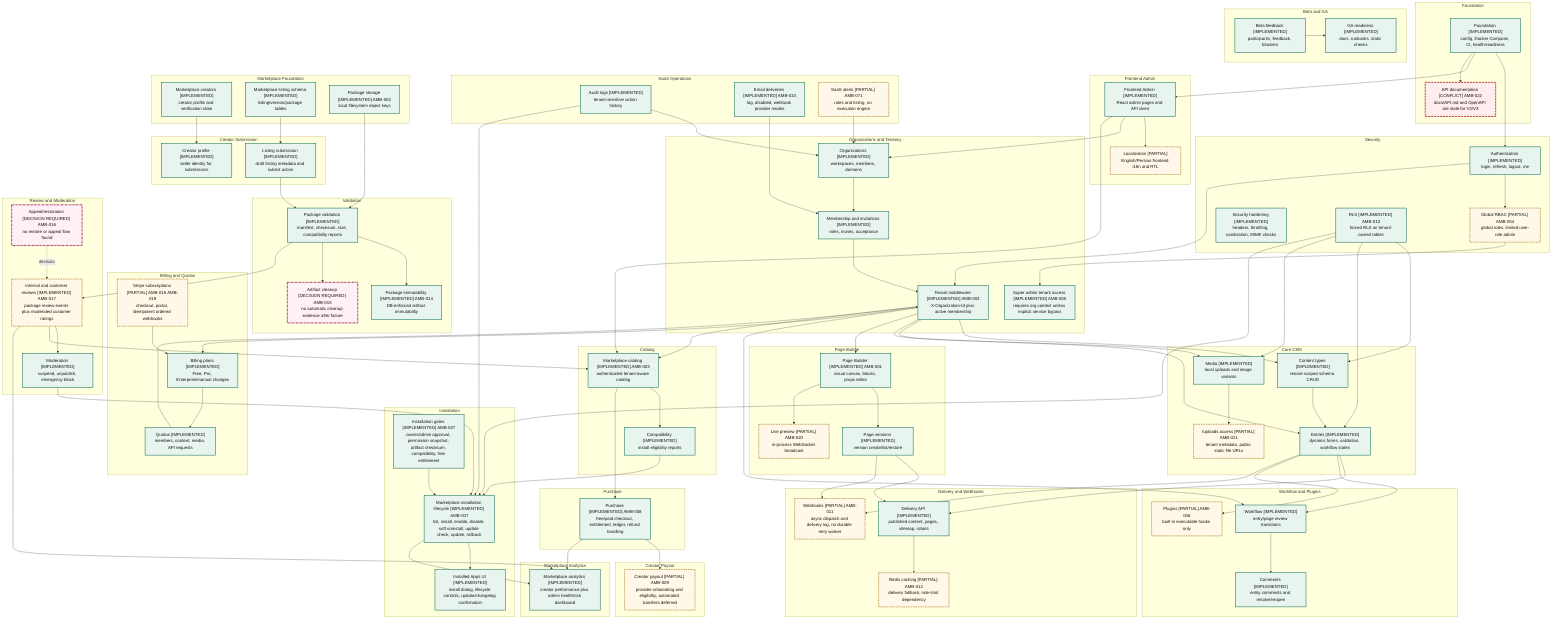
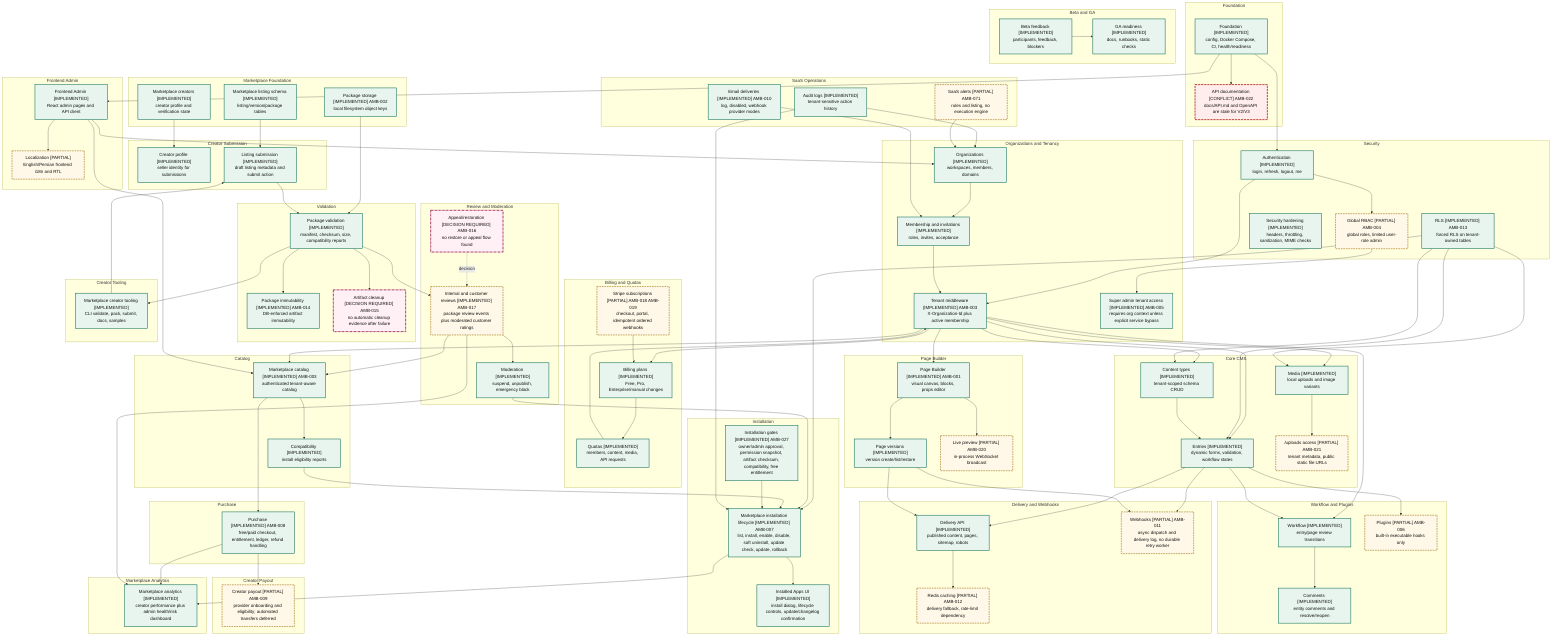
%% Evidence: docs/diagrams/REPOSITORY_INVENTORY.md
%% Evidence: docs/diagrams/ARCHITECTURE_AUDIT.md
%% Evidence: docs/diagrams/AMBIGUITIES.md
flowchart TD
  subgraph foundation_group["Foundation"]
    foundation["Foundation [IMPLEMENTED]<br/>config, Docker Compose, CI, health/readiness"]
    api_docs["API documentation [CONFLICT] AMB-022<br/>docs/API.md and OpenAPI are stale for V2/V3"]
  end

  subgraph core_cms_group["Core CMS"]
    content_types["Content types [IMPLEMENTED]<br/>tenant-scoped schema CRUD"]
    entries["Entries [IMPLEMENTED]<br/>dynamic forms, validation, workflow states"]
    media["Media [IMPLEMENTED]<br/>local uploads and image variants"]
    uploads_access["/uploads access [PARTIAL] AMB-021<br/>tenant metadata, public static file URLs"]
  end

  subgraph page_builder_group["Page Builder"]
    page_builder["Page Builder [IMPLEMENTED] AMB-001<br/>visual canvas, blocks, props editor"]
    page_versions["Page versions [IMPLEMENTED]<br/>version create/list/restore"]
    live_preview["Live preview [PARTIAL] AMB-020<br/>in-process WebSocket broadcast"]
  end

  subgraph delivery_webhooks_group["Delivery and Webhooks"]
    delivery_api["Delivery API [IMPLEMENTED]<br/>published content, pages, sitemap, robots"]
    redis_cache["Redis caching [PARTIAL] AMB-012<br/>delivery fallback, rate-limit dependency"]
    webhooks["Webhooks [PARTIAL] AMB-011<br/>async dispatch and delivery log, no durable retry worker"]
  end

  subgraph workflow_plugins_group["Workflow and Plugins"]
    workflow["Workflow [IMPLEMENTED]<br/>entry/page review transitions"]
    comments["Comments [IMPLEMENTED]<br/>entity comments and resolve/reopen"]
    plugins["Plugins [PARTIAL] AMB-006<br/>built-in executable hooks only"]
  end

  subgraph security_group["Security"]
    auth["Authentication [IMPLEMENTED]<br/>login, refresh, logout, me"]
    global_rbac["Global RBAC [PARTIAL] AMB-004<br/>global roles, limited user-role admin"]
    security_hardening["Security hardening [IMPLEMENTED]<br/>headers, throttling, sanitization, MIME checks"]
    rls["RLS [IMPLEMENTED] AMB-013<br/>forced RLS on tenant-owned tables"]
  end

  subgraph frontend_group["Frontend Admin"]
    frontend_admin["Frontend Admin [IMPLEMENTED]<br/>React admin pages and API client"]
    localization["Localization [PARTIAL]<br/>English/Persian frontend i18n and RTL"]
  end

  subgraph tenancy_group["Organizations and Tenancy"]
    organizations["Organizations [IMPLEMENTED]<br/>workspaces, members, domains"]
    memberships["Membership and invitations [IMPLEMENTED]<br/>roles, invites, acceptance"]
    tenant_middleware["Tenant middleware [IMPLEMENTED] AMB-003<br/>X-Organization-Id plus active membership"]
    super_admin["Super admin tenant access [IMPLEMENTED] AMB-005<br/>requires org context unless explicit service bypass"]
  end

  subgraph billing_group["Billing and Quotas"]
    billing_plans["Billing plans [IMPLEMENTED]<br/>Free, Pro, Enterprise/manual changes"]
    stripe_subscriptions["Stripe subscriptions [PARTIAL] AMB-018 AMB-019<br/>checkout, portal, idempotent ordered webhooks"]
    quotas["Quotas [IMPLEMENTED]<br/>members, content, media, API requests"]
  end

  subgraph saas_ops_group["SaaS Operations"]
    audit_logs["Audit logs [IMPLEMENTED]<br/>tenant-sensitive action history"]
    email_deliveries["Email deliveries [IMPLEMENTED] AMB-010<br/>log, disabled, webhook provider modes"]
    saas_alerts["SaaS alerts [PARTIAL] AMB-071<br/>rules and listing, no execution engine"]
  end

  subgraph beta_ga_group["Beta and GA"]
    beta_feedback["Beta feedback [IMPLEMENTED]<br/>participants, feedback, blockers"]
    ga_readiness["GA readiness [IMPLEMENTED]<br/>docs, runbooks, static checks"]
  end

  subgraph marketplace_foundation_group["Marketplace Foundation"]
    marketplace_creators["Marketplace creators [IMPLEMENTED]<br/>creator profile and verification state"]
    marketplace_listing_schema["Marketplace listing schema [IMPLEMENTED]<br/>listing/version/package tables"]
    marketplace_storage["Package storage [IMPLEMENTED] AMB-002<br/>local filesystem object keys"]
  end

  subgraph creator_submission_group["Creator Submission"]
    creator_profile["Creator profile [IMPLEMENTED]<br/>seller identity for submissions"]
    listing_submission["Listing submission [IMPLEMENTED]<br/>draft listing metadata and submit action"]
  end

  subgraph validation_group["Validation"]
    package_validation["Package validation [IMPLEMENTED]<br/>manifest, checksum, size, compatibility reports"]
    package_immutability["Package immutability [IMPLEMENTED] AMB-014<br/>DB-enforced artifact immutability"]
    artifact_cleanup["Artifact cleanup [DECISION REQUIRED] AMB-015<br/>no automatic cleanup evidence after failure"]
  end

  subgraph review_group["Review and Moderation"]
    internal_review["Internal and customer reviews [IMPLEMENTED] AMB-017<br/>package review events plus moderated customer ratings"]
    moderation["Moderation [IMPLEMENTED]<br/>suspend, unpublish, emergency block"]
    review_restoration["Appeal/restoration [DECISION REQUIRED] AMB-016<br/>no restore or appeal flow found"]
  end

  subgraph catalog_group["Catalog"]
    catalog["Marketplace catalog [IMPLEMENTED] AMB-003<br/>authenticated tenant-aware catalog"]
    compatibility["Compatibility [IMPLEMENTED]<br/>install eligibility reports"]
  end

  subgraph installation_group["Installation"]
    installation["Marketplace installation lifecycle [IMPLEMENTED] AMB-007<br/>list, install, enable, disable, soft uninstall, update check, update, rollback"]
    installation_gates["Installation gates [IMPLEMENTED] AMB-027<br/>owner/admin approval, permission snapshot, artifact checksum, compatibility, free entitlement"]
    installation_ui["Installed Apps UI [IMPLEMENTED]<br/>install dialog, lifecycle controls, update/changelog confirmation"]
  end

  subgraph purchase_group["Purchase"]
    purchase["Purchase [IMPLEMENTED] AMB-008<br/>free/paid checkout, entitlement, ledger, refund handling"]
  end

  subgraph payout_group["Creator Payout"]
    payout["Creator payout [PARTIAL] AMB-009<br/>provider onboarding and eligibility; automated transfers deferred"]
  end

  subgraph analytics_group["Marketplace Analytics"]
    analytics["Marketplace analytics [IMPLEMENTED]<br/>creator performance plus admin health/risk dashboard"]
  end

+   subgraph creator_tooling_group["Creator Tooling"]
+     creator_tooling["Marketplace creator tooling [IMPLEMENTED]<br/>CLI validate, pack, submit, docs, samples"]
+   end
+ 
  foundation --> auth
  foundation --> frontend_admin
  foundation --> api_docs
  auth --> global_rbac
  auth --> tenant_middleware
  organizations --> memberships
  memberships --> tenant_middleware
  global_rbac --> super_admin
  tenant_middleware --> content_types
  tenant_middleware --> entries
  tenant_middleware --> media
  tenant_middleware --> page_builder
  tenant_middleware --> workflow
  tenant_middleware --> billing_plans
  tenant_middleware --> catalog
  rls --> content_types
  rls --> entries
  rls --> media
  rls --> installation
  content_types --> entries
  media --> uploads_access
  page_builder --> page_versions
  page_builder --> live_preview
  entries --> delivery_api
  page_versions --> delivery_api
  delivery_api --> redis_cache
  entries --> workflow
  workflow --> comments
  entries --> plugins
  entries --> webhooks
  page_versions --> webhooks
  frontend_admin --> localization
  frontend_admin --> organizations
  frontend_admin --> catalog
  billing_plans --> quotas
  stripe_subscriptions --> billing_plans
  quotas --> tenant_middleware
  audit_logs --> organizations
  email_deliveries --> memberships
  saas_alerts --> organizations
  beta_feedback --> ga_readiness
  marketplace_creators --> creator_profile
  marketplace_listing_schema --> listing_submission
  marketplace_storage --> package_validation
  listing_submission --> package_validation
  package_validation --> package_immutability
  package_validation --> artifact_cleanup
  package_validation --> internal_review
  internal_review --> moderation
  moderation --> installation
  internal_review --> catalog
  review_restoration -. decision .-> internal_review
  catalog --> compatibility
  compatibility --> installation
  installation_gates --> installation
  installation --> installation_ui
  audit_logs --> installation
  catalog --> purchase
  purchase --> payout
  purchase --> analytics
  installation --> analytics
  internal_review --> analytics
+   package_validation --> creator_tooling
+   creator_tooling --> listing_submission

-   class foundation,content_types,entries,media,page_builder,page_versions,delivery_api,workflow,comments,auth,security_hardening,rls,frontend_admin,organizations,memberships,tenant_middleware,super_admin,billing_plans,quotas,audit_logs,email_deliveries,beta_feedback,ga_readiness,marketplace_creators,marketplace_listing_schema,marketplace_storage,creator_profile,listing_submission,package_validation,package_immutability,moderation,catalog,compatibility,installation,installation_gates,installation_ui,purchase,analytics implemented
+   class foundation,content_types,entries,media,page_builder,page_versions,delivery_api,workflow,comments,auth,security_hardening,rls,frontend_admin,organizations,memberships,tenant_middleware,super_admin,billing_plans,quotas,audit_logs,email_deliveries,beta_feedback,ga_readiness,marketplace_creators,marketplace_listing_schema,marketplace_storage,creator_profile,listing_submission,package_validation,package_immutability,moderation,catalog,compatibility,installation,installation_gates,installation_ui,purchase,analytics,creator_tooling implemented
  class global_rbac,uploads_access,live_preview,redis_cache,webhooks,plugins,localization,stripe_subscriptions,saas_alerts,internal_review,payout partial
  class api_docs conflict
  class artifact_cleanup,review_restoration decision
  classDef implemented fill:#e8f5ee,stroke:#17745b,stroke-width:2px,color:#111
  classDef partial fill:#fff8e8,stroke:#9a6500,stroke-width:2px,stroke-dasharray: 6 3,color:#111
  classDef planned fill:#f4f4f4,stroke:#666,stroke-width:2px,stroke-dasharray: 2 4,color:#111
  classDef conflict fill:#ffecec,stroke:#b3261e,stroke-width:3px,stroke-dasharray: 8 3,color:#111
  classDef decision fill:#fff0f6,stroke:#9b1b5a,stroke-width:3px,stroke-dasharray: 8 2 2 2,color:#111
